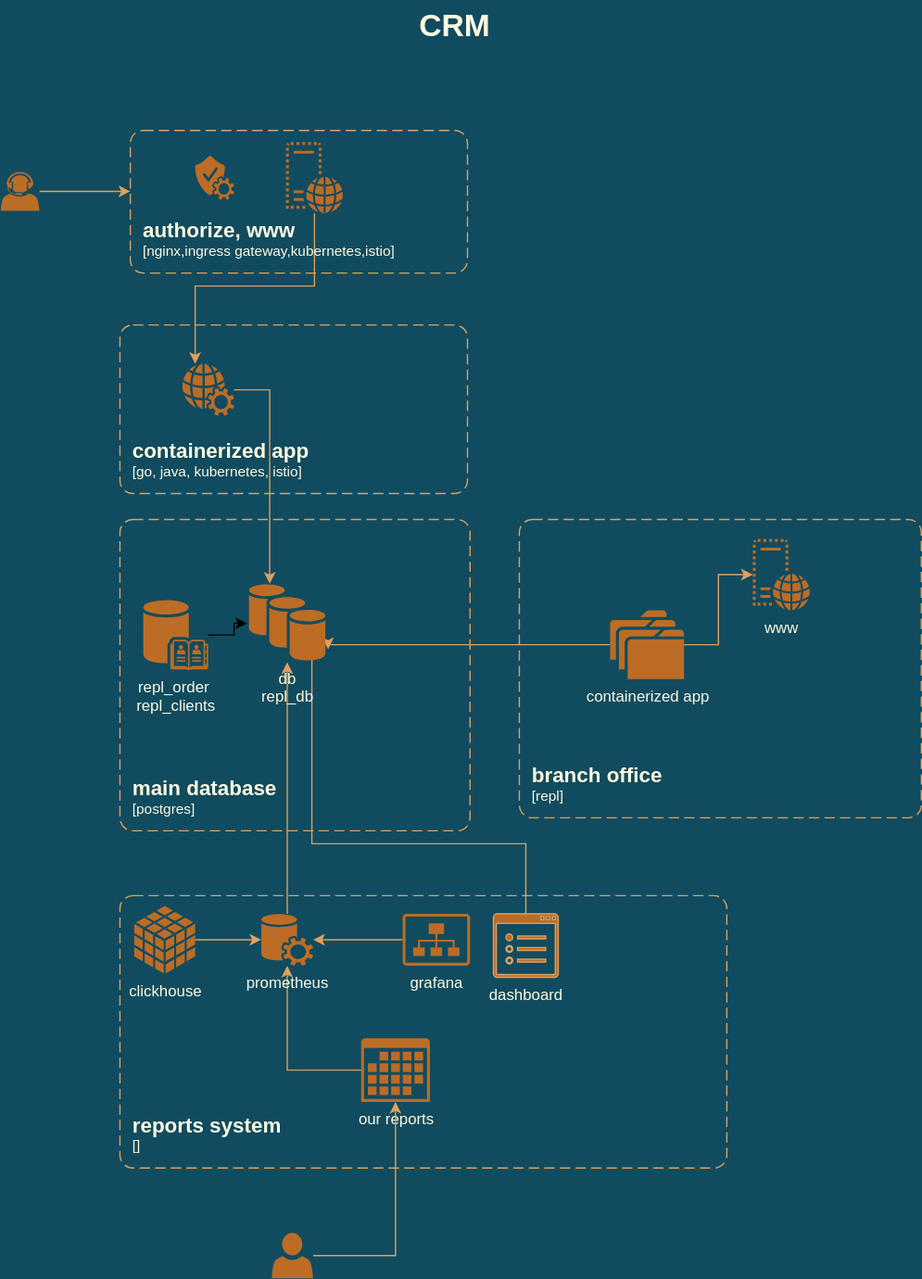
Before: arch_schem.svg, a diagram exported from draw.io (theotheo46/gb). Source tidied: cells renumbered, new cells last; positions are measured from the earlier drawing's top-left corner, leaving out a move shared by most shapes.
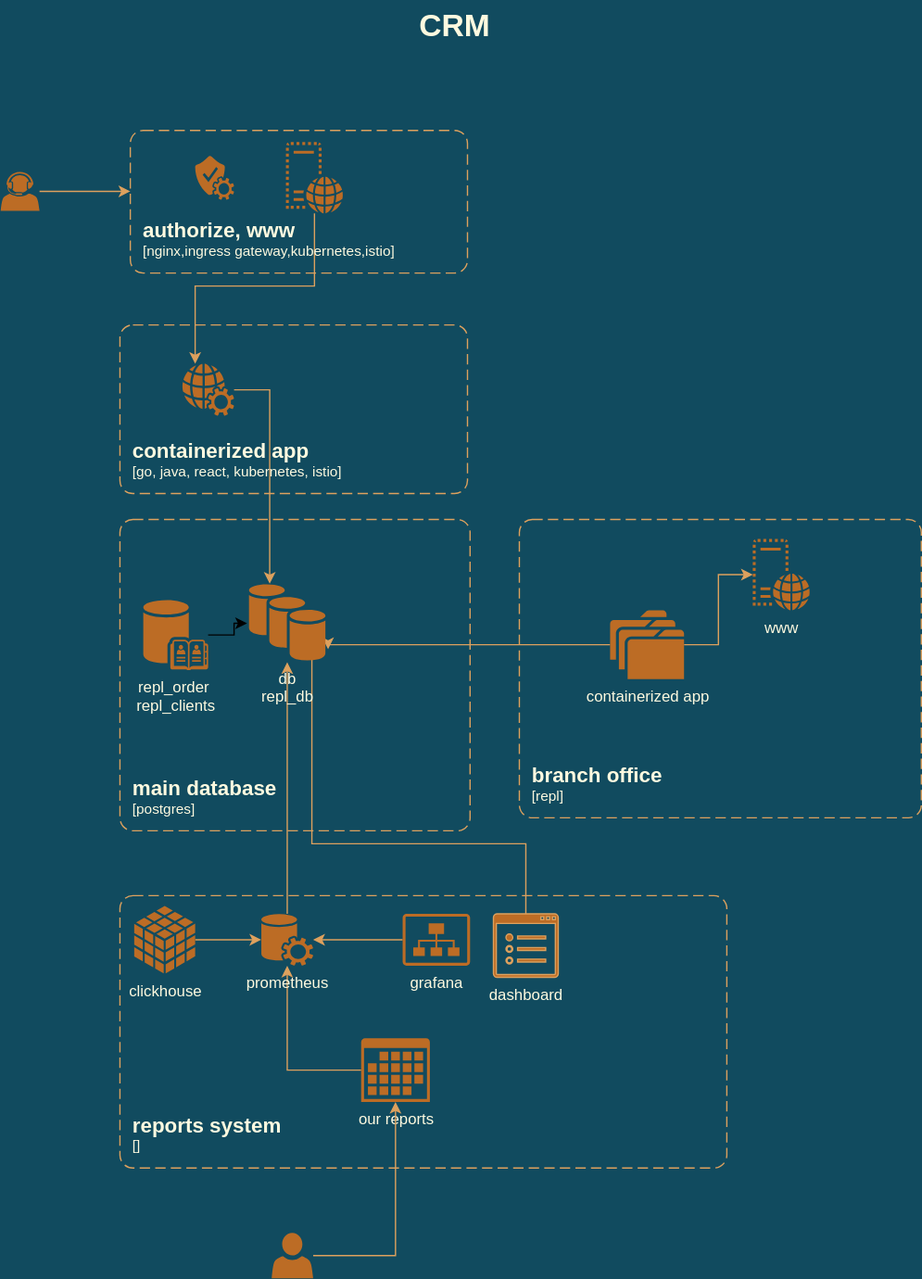
The same file after the commit.

Commit message:
IDEF0 Init

The edit, as a diff of the source:
```diff
@@ -65,7 +65,7 @@
         <mxGeometry x="100" y="100" width="260" height="110" as="geometry" />
       </mxCell>
     </object>
-    <object id="18" label="&lt;font style=&quot;font-size: 16px&quot;&gt;&lt;b&gt;&lt;div style=&quot;text-align: left&quot;&gt;%c4Name%&lt;/div&gt;&lt;/b&gt;&lt;/font&gt;&lt;div style=&quot;text-align: left&quot;&gt;[%c4Application%]&lt;/div&gt;" c4Application="go, java, kubernetes, istio" c4Name="containerized app" c4Type="SystemScopeBoundary" placeholders="1">
+    <object id="18" label="&lt;font style=&quot;font-size: 16px&quot;&gt;&lt;b&gt;&lt;div style=&quot;text-align: left&quot;&gt;%c4Name%&lt;/div&gt;&lt;/b&gt;&lt;/font&gt;&lt;div style=&quot;text-align: left&quot;&gt;[%c4Application%]&lt;/div&gt;" c4Application="go, java, react, kubernetes, istio" c4Name="containerized app" c4Type="SystemScopeBoundary" placeholders="1">
       <mxCell style="rounded=1;fontSize=11;whiteSpace=wrap;html=1;dashed=1;arcSize=20;fillColor=none;strokeColor=#DDA15E;fontColor=#FEFAE0;labelBackgroundColor=none;align=left;verticalAlign=bottom;labelBorderColor=none;spacingTop=0;spacing=10;dashPattern=8 4;perimeter=rectanglePerimeter;noLabel=0;labelPadding=0;absoluteArcSize=1;" parent="1" vertex="1">
         <mxGeometry x="92" y="250" width="268" height="130" as="geometry" />
       </mxCell>
```
